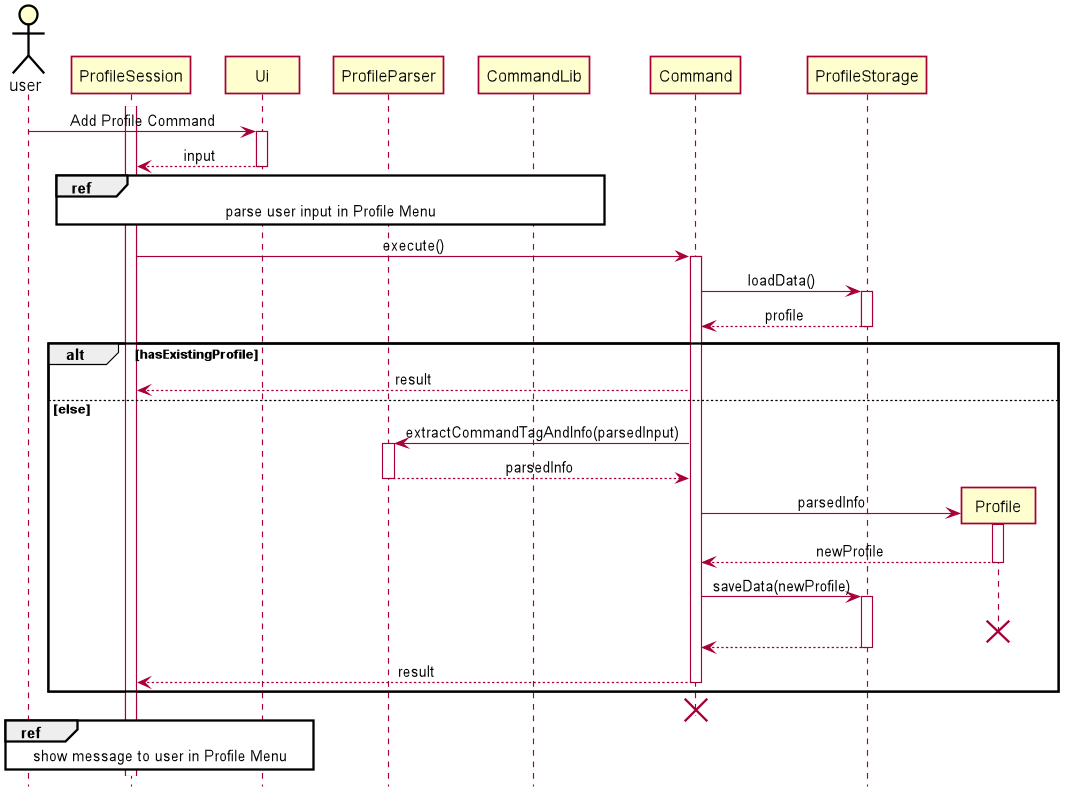
Above: docs/pictures/khoa/AddProfile.png in zsk612/tp (PlantUML), before the change.
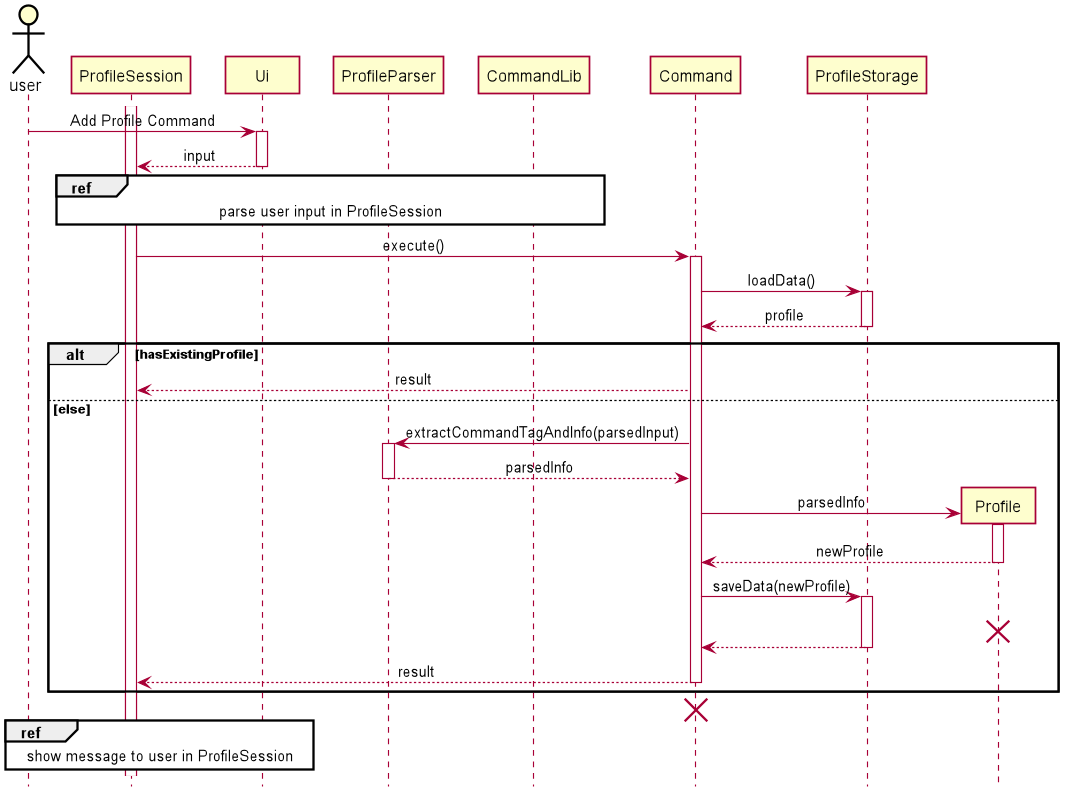
The same file after the commit.

The edit, as a diff of the source:
```diff
@@ -46,7 +46,7 @@
 user -> Ui++ : Add Profile Command
 Ui --> ProfileSession -- : input
 
-ref over ProfileSession, ProfileParser, CommandLib: parse user input in Profile Menu
+ref over ProfileSession, ProfileParser, CommandLib: parse user input in ProfileSession
 
 ProfileSession -> Command ++ : execute()
 Command -> ProfileStorage ++ : loadData()
@@ -69,7 +69,6 @@
 deactivate Command
 destroy Command
 
-ref over user, ProfileSession, Ui: show message to user in Profile Menu
-
+ref over user, ProfileSession, Ui: show message to user in ProfileSession
 
 @enduml
```
